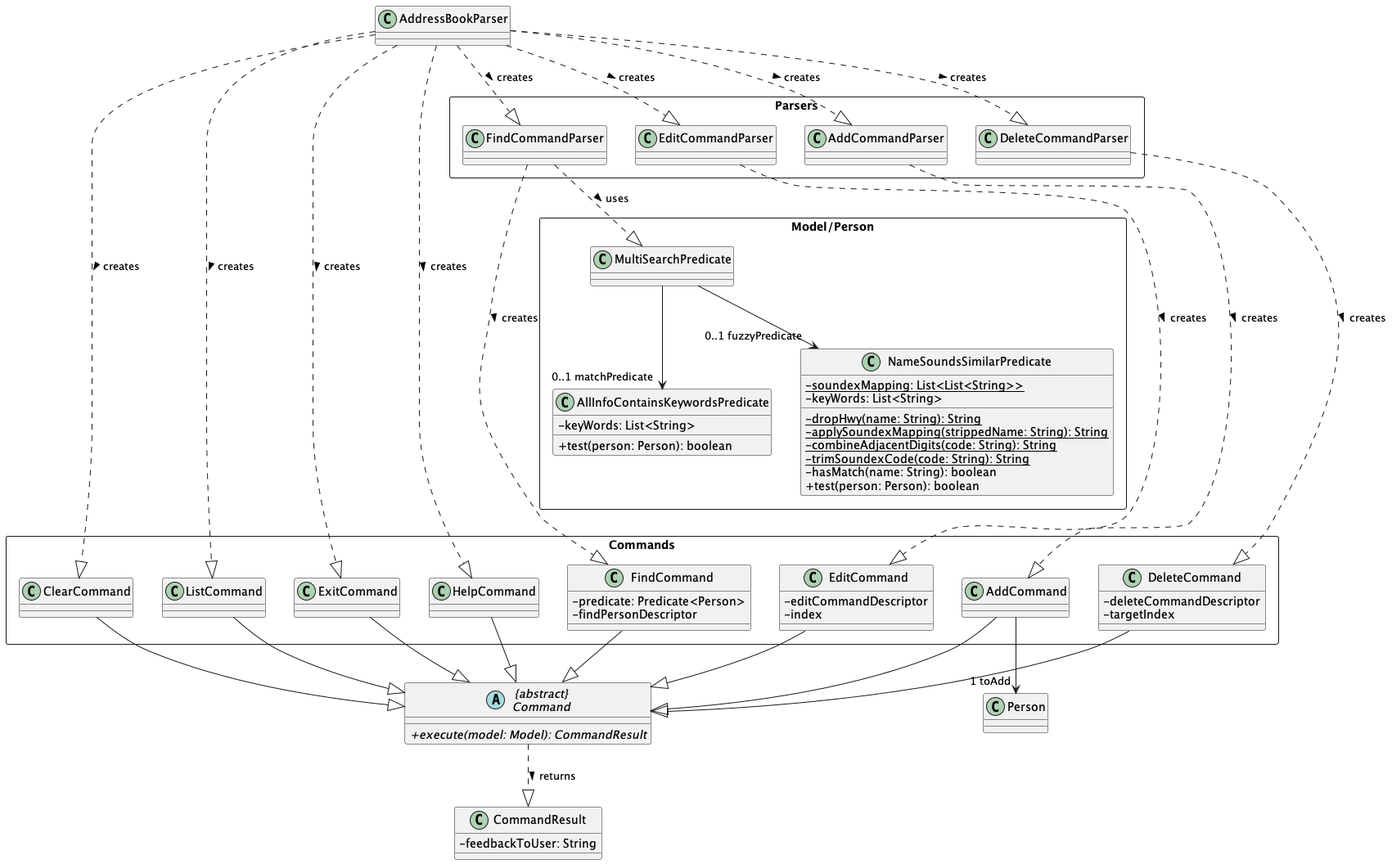
Earlier version of the PlantUML export docs/images/CommandClasses.png (nus-cs2103-AY2223S1/tp). Its diagram source:
```plantuml
@startuml
skinparam classAttributeIconSize 0

abstract "{abstract}\nCommand" as Command {
    {abstract} +execute(model: Model): CommandResult
}

package Commands <<Rectangle>>{
    Class EditCommand
    Class AddCommand
    Class DeleteCommand
    Class FindCommand
    Class ListCommand
    Class ExitCommand
    Class HelpCommand
    Class ClearCommand
}

package Parsers <<Rectangle>> {
    Class AddCommandParser
    Class EditCommandParser
    Class DeleteCommandParser
    Class FindCommandParser
}

package Model/Person <<Rectangle>> {
    Class MultiSearchPredicate
    Class AllInfoContainsKeywordsPredicate
    Class NameSoundsSimilarPredicate
}
class EditCommand {
    -editCommandDescriptor
    -index
}

class DeleteCommand {
    -deleteCommandDescriptor
    -targetIndex
}

class FindCommand {
    -predicate: Predicate<Person>
    -findPersonDescriptor
}

class AllInfoContainsKeywordsPredicate {
    -keyWords: List<String>
    +test(person: Person): boolean
}

class NameSoundsSimilarPredicate {
    {static} -soundexMapping: List<List<String>>
    -keyWords: List<String>
    {static} -dropHwy(name: String): String
    {static} -applySoundexMapping(strippedName: String): String
    {static} -combineAdjacentDigits(code: String): String
    {static} -trimSoundexCode(code: String): String
    -hasMatch(name: String): boolean
    +test(person: Person): boolean
}

class CommandResult {
    -feedbackToUser: String
}

AddCommand --> "1 toAdd" Person


AddressBookParser ..|> EditCommandParser: creates >
AddressBookParser ..|> AddCommandParser: creates >
AddressBookParser ..|> DeleteCommandParser: creates >
AddressBookParser ..|> FindCommandParser: creates >

AddressBookParser ..|> ListCommand: creates >
AddressBookParser ..|> ClearCommand: creates >
AddressBookParser ..|> HelpCommand: creates >
AddressBookParser ..|> ExitCommand: creates >


FindCommandParser ....|> FindCommand : creates >
EditCommandParser ....|> EditCommand: creates >
DeleteCommandParser ....|> DeleteCommand: creates >
AddCommandParser ....|> AddCommand: creates >

FindCommandParser ..|> MultiSearchPredicate : uses >
MultiSearchPredicate --> "0..1 matchPredicate" AllInfoContainsKeywordsPredicate
MultiSearchPredicate --> "0..1 fuzzyPredicate" NameSoundsSimilarPredicate

AddCommand --|> Command
EditCommand --|> Command
DeleteCommand --|> Command
FindCommand --|> Command
ListCommand --|> Command
ClearCommand --|> Command
HelpCommand --|> Command
ExitCommand --|> Command

Command ..|> CommandResult: returns >

@enduml
```
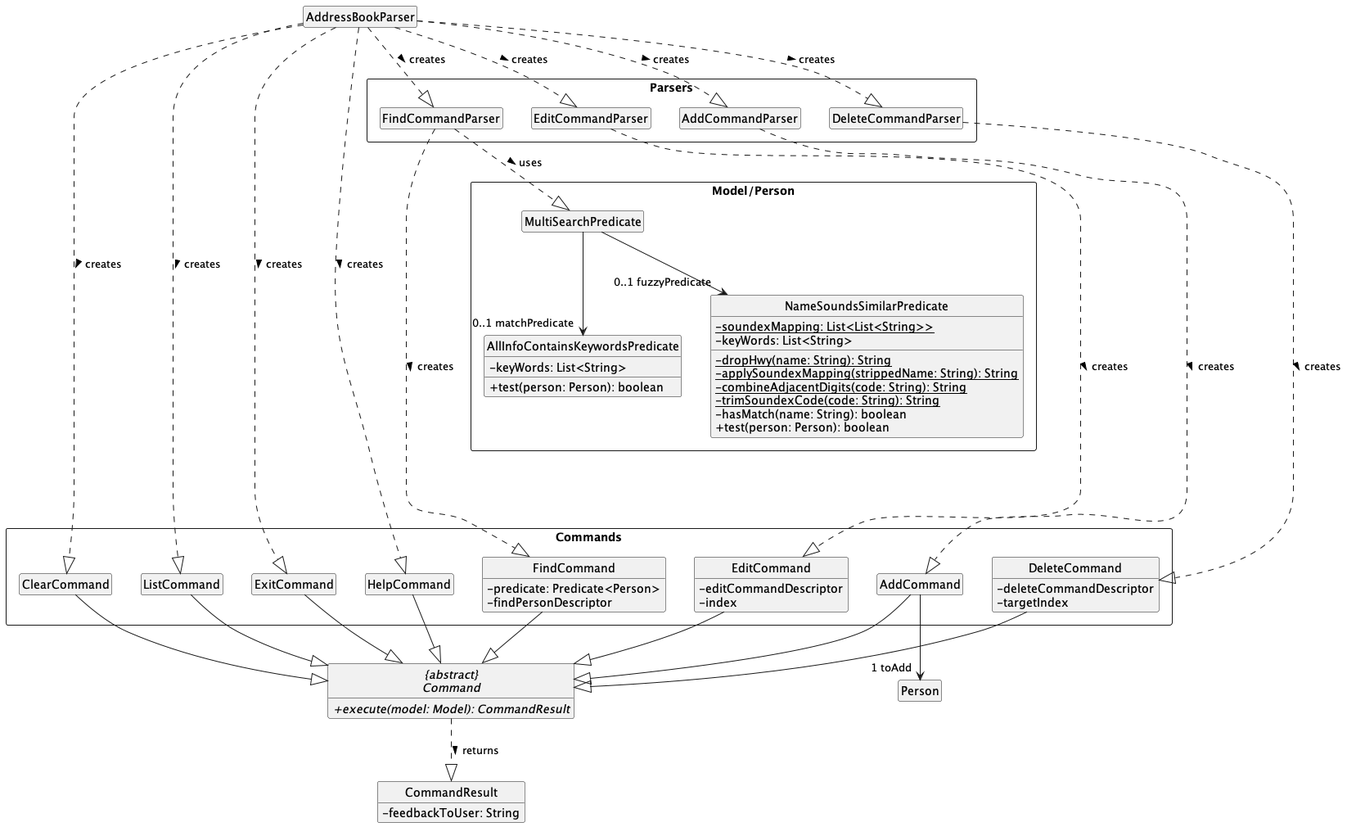
After the change.

Commit message:
Updated DG command classes section

Change to the diagram source:
```diff
@@ -1,5 +1,8 @@
 @startuml
 skinparam classAttributeIconSize 0
+hide circle
+hide empty method
+hide empty attribute
 
 abstract "{abstract}\nCommand" as Command {
     {abstract} +execute(model: Model): CommandResult
@@ -77,7 +80,7 @@
 AddressBookParser ..|> ExitCommand: creates >
 
 
-FindCommandParser ....|> FindCommand : creates >
+FindCommandParser .....|> FindCommand : creates >
 EditCommandParser ....|> EditCommand: creates >
 DeleteCommandParser ....|> DeleteCommand: creates >
 AddCommandParser ....|> AddCommand: creates >
```
